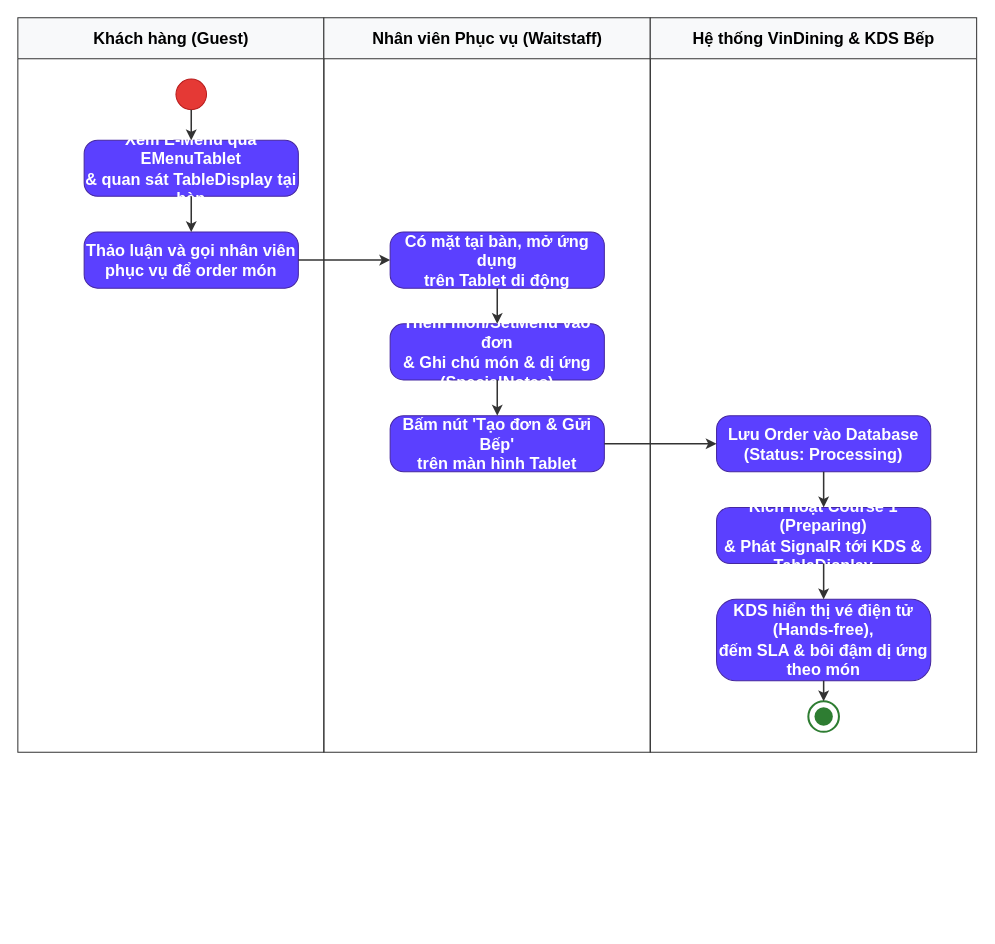
Before: docs/phase1/drawio/ad02_waitstaff_ordering.drawio in AndrewQng/VinDining, a draw.io diagram. Source tidied: cells renumbered, new cells numbered last; positions are measured from the earlier drawing's top-left corner, leaving out a move shared by most shapes. Both pictures are drawn from the tidied source at 102%, with x=0, y=0 at pixel (17, 17).
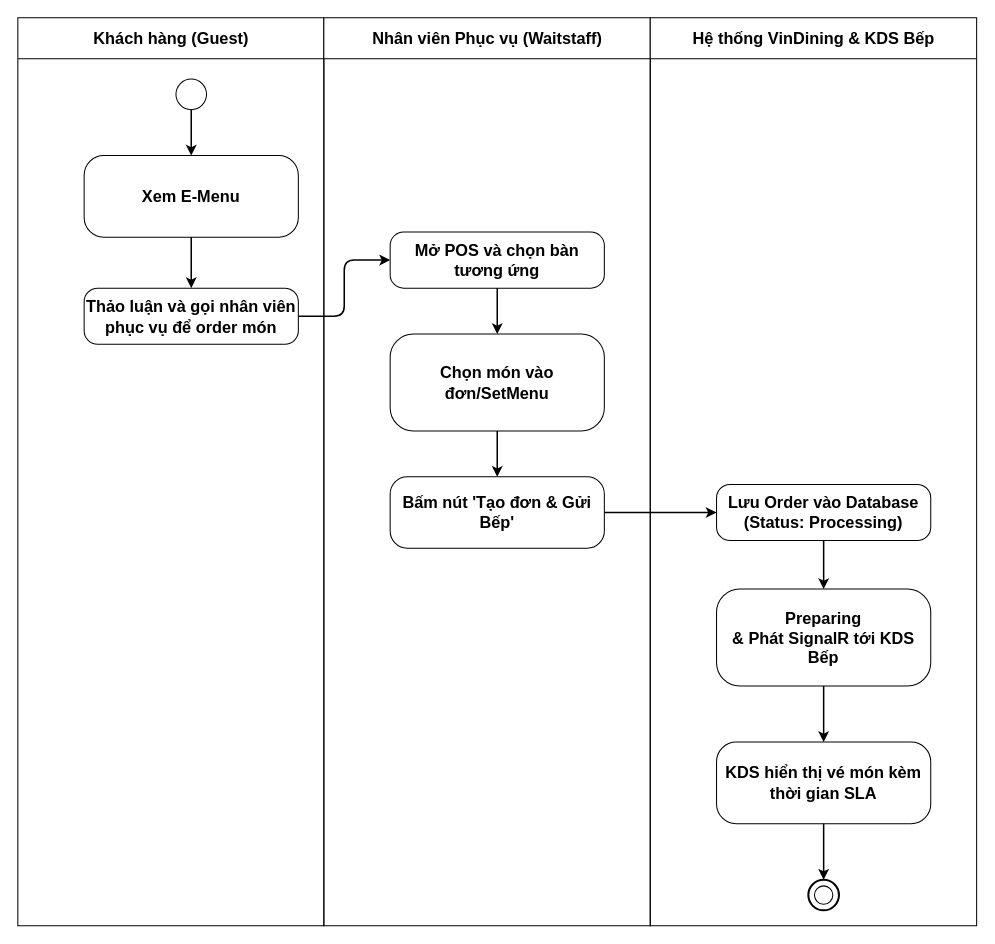
The same diagram, later.

The edit, as a diff of the source:
```diff
@@
-    <mxCell id="2" value="Khách hàng (Guest)" style="swimlane;html=1;startSize=40;horizontal=1;fontStyle=1;fontSize=16;align=center;verticalAlign=middle;fillColor=#f8f9fa;strokeColor=#333333;swimlaneLine=1;" parent="1" vertex="1">
-      <mxGeometry width="300" height="720" as="geometry" />
+    <mxCell id="2" value="Khách hàng (Guest)" style="swimlane;html=1;startSize=40;horizontal=1;fontStyle=1;fontSize=16;align=center;verticalAlign=middle;swimlaneLine=1;" parent="1" vertex="1">
+      <mxGeometry width="300" height="890" as="geometry" />
     </mxCell>
-    <mxCell id="3" style="ellipse;whiteSpace=wrap;html=1;fillColor=#e53935;strokeColor=#b71c1c;fontSize=16;" parent="2" vertex="1">
+    <mxCell id="3" style="ellipse;whiteSpace=wrap;html=1;fontSize=16;" parent="2" vertex="1">
       <mxGeometry x="155" y="60" width="30" height="30" as="geometry" />
     </mxCell>
-    <mxCell id="4" value="Xem E-Menu qua EMenuTablet&#10;&amp;amp; quan sát TableDisplay tại bàn" style="rounded=1;arcSize=24;whiteSpace=wrap;html=1;fillColor=#5b40ff;strokeColor=#4527a0;fontColor=#ffffff;fontStyle=1;fontSize=16;align=center;verticalAlign=middle;" parent="2" vertex="1">
-      <mxGeometry x="65" y="120" width="210" height="55" as="geometry" />
+    <mxCell id="4" value="Xem E-Menu" style="rounded=1;arcSize=24;whiteSpace=wrap;html=1;fontStyle=1;fontSize=16;align=center;verticalAlign=middle;" parent="2" vertex="1">
+      <mxGeometry x="65" y="135" width="210" height="80" as="geometry" />
     </mxCell>
-    <mxCell id="5" value="Thảo luận và gọi nhân viên&#10;phục vụ để order món" style="rounded=1;arcSize=24;whiteSpace=wrap;html=1;fillColor=#5b40ff;strokeColor=#4527a0;fontColor=#ffffff;fontStyle=1;fontSize=16;align=center;verticalAlign=middle;" parent="2" vertex="1">
-      <mxGeometry x="65" y="210" width="210" height="55" as="geometry" />
+    <mxCell id="5" value="Thảo luận và gọi nhân viên&#10;phục vụ để order món" style="rounded=1;arcSize=24;whiteSpace=wrap;html=1;fontStyle=1;fontSize=16;align=center;verticalAlign=middle;" parent="2" vertex="1">
+      <mxGeometry x="65" y="265" width="210" height="55" as="geometry" />
     </mxCell>
-    <mxCell id="6" value="Nhân viên Phục vụ (Waitstaff)" style="swimlane;html=1;startSize=40;horizontal=1;fontStyle=1;fontSize=16;align=center;verticalAlign=middle;fillColor=#f8f9fa;strokeColor=#333333;swimlaneLine=1;" parent="1" vertex="1">
-      <mxGeometry x="300" width="320" height="720" as="geometry" />
+    <mxCell id="6" value="Nhân viên Phục vụ (Waitstaff)" style="swimlane;html=1;startSize=40;horizontal=1;fontStyle=1;fontSize=16;align=center;verticalAlign=middle;swimlaneLine=1;" parent="1" vertex="1">
+      <mxGeometry x="300" width="320" height="890" as="geometry" />
     </mxCell>
-    <mxCell id="7" value="Có mặt tại bàn, mở ứng dụng&#10;trên Tablet di động" style="rounded=1;arcSize=24;whiteSpace=wrap;html=1;fillColor=#5b40ff;strokeColor=#4527a0;fontColor=#ffffff;fontStyle=1;fontSize=16;align=center;verticalAlign=middle;" parent="6" vertex="1">
+    <mxCell id="7" value="Mở POS và chọn bàn tương ứng" style="rounded=1;arcSize=24;whiteSpace=wrap;html=1;fontStyle=1;fontSize=16;align=center;verticalAlign=middle;" parent="6" vertex="1">
       <mxGeometry x="65" y="210" width="210" height="55" as="geometry" />
     </mxCell>
-    <mxCell id="8" value="Thêm món/SetMenu vào đơn&#10;&amp;amp; Ghi chú món &amp;amp; dị ứng (SpecialNotes)" style="rounded=1;arcSize=24;whiteSpace=wrap;html=1;fillColor=#5b40ff;strokeColor=#4527a0;fontColor=#ffffff;fontStyle=1;fontSize=16;align=center;verticalAlign=middle;" parent="6" vertex="1">
-      <mxGeometry x="65" y="300" width="210" height="55" as="geometry" />
+    <mxCell id="8" value="Chọn món vào đơn/SetMenu" style="rounded=1;arcSize=24;whiteSpace=wrap;html=1;fontStyle=1;fontSize=16;align=center;verticalAlign=middle;" parent="6" vertex="1">
+      <mxGeometry x="65" y="310" width="210" height="95" as="geometry" />
     </mxCell>
-    <mxCell id="9" value="Bấm nút 'Tạo đơn &amp;amp; Gửi Bếp'&#10;trên màn hình Tablet" style="rounded=1;arcSize=24;whiteSpace=wrap;html=1;fillColor=#5b40ff;strokeColor=#4527a0;fontColor=#ffffff;fontStyle=1;fontSize=16;align=center;verticalAlign=middle;" parent="6" vertex="1">
-      <mxGeometry x="65" y="390" width="210" height="55" as="geometry" />
+    <mxCell id="9" value="Bấm nút 'Tạo đơn &amp;amp; Gửi Bếp'" style="rounded=1;arcSize=24;whiteSpace=wrap;html=1;fontStyle=1;fontSize=16;align=center;verticalAlign=middle;" parent="6" vertex="1">
+      <mxGeometry x="65" y="450" width="210" height="70" as="geometry" />
     </mxCell>
-    <mxCell id="10" value="Hệ thống VinDining &amp;amp; KDS Bếp" style="swimlane;html=1;startSize=40;horizontal=1;fontStyle=1;fontSize=16;align=center;verticalAlign=middle;fillColor=#f8f9fa;strokeColor=#333333;swimlaneLine=1;" parent="1" vertex="1">
-      <mxGeometry x="620" width="320" height="720" as="geometry" />
+    <mxCell id="10" value="Hệ thống VinDining &amp;amp; KDS Bếp" style="swimlane;html=1;startSize=40;horizontal=1;fontStyle=1;fontSize=16;align=center;verticalAlign=middle;swimlaneLine=1;" parent="1" vertex="1">
+      <mxGeometry x="620" width="320" height="890" as="geometry" />
     </mxCell>
-    <mxCell id="11" value="Lưu Order vào Database&#10;(Status: Processing)" style="rounded=1;arcSize=24;whiteSpace=wrap;html=1;fillColor=#5b40ff;strokeColor=#4527a0;fontColor=#ffffff;fontStyle=1;fontSize=16;align=center;verticalAlign=middle;" parent="10" vertex="1">
-      <mxGeometry x="65" y="390" width="210" height="55" as="geometry" />
+    <mxCell id="11" value="Lưu Order vào Database&#10;(Status: Processing)" style="rounded=1;arcSize=24;whiteSpace=wrap;html=1;fontStyle=1;fontSize=16;align=center;verticalAlign=middle;" parent="10" vertex="1">
+      <mxGeometry x="65" y="457.5" width="210" height="55" as="geometry" />
     </mxCell>
-    <mxCell id="12" value="Kích hoạt Course 1 (Preparing)&#10;&amp;amp; Phát SignalR tới KDS &amp;amp; TableDisplay" style="rounded=1;arcSize=24;whiteSpace=wrap;html=1;fillColor=#5b40ff;strokeColor=#4527a0;fontColor=#ffffff;fontStyle=1;fontSize=16;align=center;verticalAlign=middle;" parent="10" vertex="1">
-      <mxGeometry x="65" y="480" width="210" height="55" as="geometry" />
+    <mxCell id="12" value="Preparing&lt;br&gt;&amp;amp; Phát SignalR tới KDS Bếp" style="rounded=1;arcSize=24;whiteSpace=wrap;html=1;fontStyle=1;fontSize=16;align=center;verticalAlign=middle;" parent="10" vertex="1">
+      <mxGeometry x="65" y="560" width="210" height="95" as="geometry" />
     </mxCell>
-    <mxCell id="13" value="KDS hiển thị vé điện tử (Hands-free),&#10;đếm SLA &amp;amp; bôi đậm dị ứng theo món" style="rounded=1;arcSize=24;whiteSpace=wrap;html=1;fillColor=#5b40ff;strokeColor=#4527a0;fontColor=#ffffff;fontStyle=1;fontSize=16;align=center;verticalAlign=middle;" parent="10" vertex="1">
-      <mxGeometry x="65" y="570" width="210" height="80" as="geometry" />
+    <mxCell id="13" value="KDS hiển thị vé món kèm thời gian SLA" style="rounded=1;arcSize=24;whiteSpace=wrap;html=1;fontStyle=1;fontSize=16;align=center;verticalAlign=middle;" parent="10" vertex="1">
+      <mxGeometry x="65" y="710" width="210" height="80" as="geometry" />
     </mxCell>
-    <mxCell id="14" style="ellipse;whiteSpace=wrap;html=1;fillColor=#ffffff;strokeColor=#2e7d32;strokeWidth=2;fontSize=16;" parent="10" vertex="1">
-      <mxGeometry x="155" y="670" width="30" height="30" as="geometry" />
+    <mxCell id="14" style="ellipse;whiteSpace=wrap;html=1;strokeWidth=2;fontSize=16;" parent="10" vertex="1">
+      <mxGeometry x="155" y="845" width="30" height="30" as="geometry" />
     </mxCell>
-    <mxCell id="15" style="ellipse;whiteSpace=wrap;html=1;fillColor=#2e7d32;strokeColor=none;fontSize=16;" parent="10" vertex="1">
-      <mxGeometry x="161" y="676" width="18" height="18" as="geometry" />
+    <mxCell id="15" style="ellipse;whiteSpace=wrap;html=1;fontSize=16;" parent="10" vertex="1">
+      <mxGeometry x="161" y="851" width="18" height="18" as="geometry" />
     </mxCell>
+    <mxCell id="23" style="edgeStyle=orthogonalEdgeStyle;rounded=1;jettySize=auto;html=1;strokeWidth=1.5;fontSize=16;fontColor=#333333;" parent="10" edge="1" source="12" target="13">
+      <mxGeometry relative="1" as="geometry" />
+    </mxCell>
+    <mxCell id="24" style="edgeStyle=orthogonalEdgeStyle;rounded=1;jettySize=auto;html=1;strokeWidth=1.5;fontSize=16;fontColor=#333333;" parent="10" edge="1" source="13" target="14">
+      <mxGeometry relative="1" as="geometry" />
+    </mxCell>
-    <mxCell id="16" style="edgeStyle=orthogonalEdgeStyle;rounded=1;jettySize=auto;html=1;strokeColor=#333333;strokeWidth=1.5;fontSize=16;fontColor=#333333;" parent="1" edge="1" source="3" target="4">
+    <mxCell id="16" style="edgeStyle=orthogonalEdgeStyle;rounded=1;jettySize=auto;html=1;strokeWidth=1.5;fontSize=16;fontColor=#333333;" parent="1" edge="1" source="3" target="4">
       <mxGeometry relative="1" as="geometry" />
     </mxCell>
-    <mxCell id="17" style="edgeStyle=orthogonalEdgeStyle;rounded=1;jettySize=auto;html=1;strokeColor=#333333;strokeWidth=1.5;fontSize=16;fontColor=#333333;" parent="1" edge="1" source="4" target="5">
+    <mxCell id="17" style="edgeStyle=orthogonalEdgeStyle;rounded=1;jettySize=auto;html=1;strokeWidth=1.5;fontSize=16;fontColor=#333333;" parent="1" edge="1" source="4" target="5">
       <mxGeometry relative="1" as="geometry" />
     </mxCell>
-    <mxCell id="18" style="edgeStyle=orthogonalEdgeStyle;rounded=1;jettySize=auto;html=1;strokeColor=#333333;strokeWidth=1.5;fontSize=16;fontColor=#333333;" parent="1" edge="1" source="5" target="7">
+    <mxCell id="18" style="edgeStyle=orthogonalEdgeStyle;rounded=1;jettySize=auto;html=1;strokeWidth=1.5;fontSize=16;fontColor=#333333;" parent="1" edge="1" source="5" target="7">
       <mxGeometry relative="1" as="geometry" />
     </mxCell>
-    <mxCell id="19" style="edgeStyle=orthogonalEdgeStyle;rounded=1;jettySize=auto;html=1;strokeColor=#333333;strokeWidth=1.5;fontSize=16;fontColor=#333333;" parent="1" edge="1" source="7" target="8">
+    <mxCell id="19" style="edgeStyle=orthogonalEdgeStyle;rounded=1;jettySize=auto;html=1;strokeWidth=1.5;fontSize=16;fontColor=#333333;" parent="1" edge="1" source="7" target="8">
       <mxGeometry relative="1" as="geometry" />
     </mxCell>
-    <mxCell id="20" style="edgeStyle=orthogonalEdgeStyle;rounded=1;jettySize=auto;html=1;strokeColor=#333333;strokeWidth=1.5;fontSize=16;fontColor=#333333;" parent="1" edge="1" source="8" target="9">
+    <mxCell id="20" style="edgeStyle=orthogonalEdgeStyle;rounded=1;jettySize=auto;html=1;strokeWidth=1.5;fontSize=16;fontColor=#333333;" parent="1" edge="1" source="8" target="9">
       <mxGeometry relative="1" as="geometry" />
     </mxCell>
-    <mxCell id="21" style="edgeStyle=orthogonalEdgeStyle;rounded=1;jettySize=auto;html=1;strokeColor=#333333;strokeWidth=1.5;fontSize=16;fontColor=#333333;" parent="1" edge="1" source="9" target="11">
+    <mxCell id="21" style="edgeStyle=orthogonalEdgeStyle;rounded=1;jettySize=auto;html=1;strokeWidth=1.5;fontSize=16;fontColor=#333333;" parent="1" edge="1" source="9" target="11">
       <mxGeometry relative="1" as="geometry" />
     </mxCell>
-    <mxCell id="22" style="edgeStyle=orthogonalEdgeStyle;rounded=1;jettySize=auto;html=1;strokeColor=#333333;strokeWidth=1.5;fontSize=16;fontColor=#333333;" parent="1" edge="1" source="11" target="12">
+    <mxCell id="22" style="edgeStyle=orthogonalEdgeStyle;rounded=1;jettySize=auto;html=1;strokeWidth=1.5;fontSize=16;fontColor=#333333;" parent="1" edge="1" source="11" target="12">
       <mxGeometry relative="1" as="geometry" />
     </mxCell>
-    <mxCell id="23" style="edgeStyle=orthogonalEdgeStyle;rounded=1;jettySize=auto;html=1;strokeColor=#333333;strokeWidth=1.5;fontSize=16;fontColor=#333333;" parent="1" edge="1" source="12" target="13">
-      <mxGeometry relative="1" as="geometry" />
-    </mxCell>
-    <mxCell id="24" style="edgeStyle=orthogonalEdgeStyle;rounded=1;jettySize=auto;html=1;strokeColor=#333333;strokeWidth=1.5;fontSize=16;fontColor=#333333;" parent="1" edge="1" source="13" target="14">
-      <mxGeometry relative="1" as="geometry" />
-    </mxCell>
```
